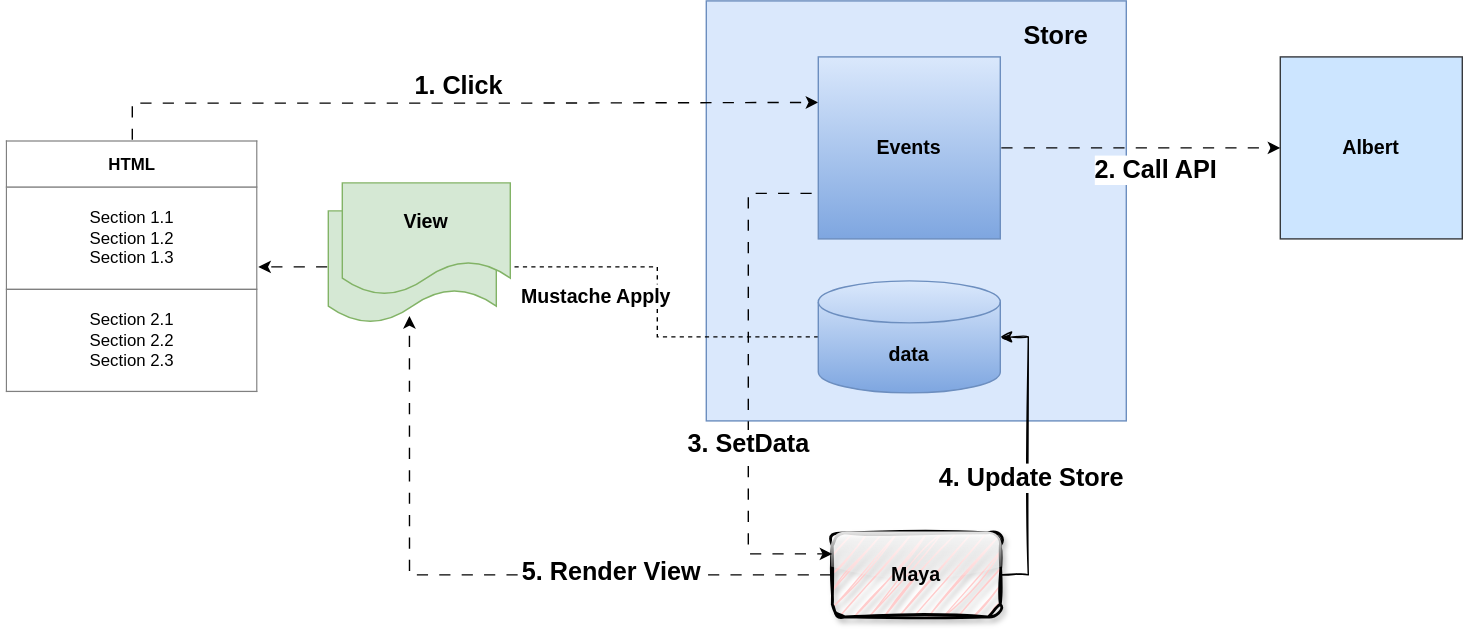
Earlier version of the draw.io export assets/maya.svg (maya-sandbox-kit/mayadoc). Source tidied: cells renumbered, new cells last; positions are measured from the earlier drawing's top-left corner, leaving out a move shared by most shapes.
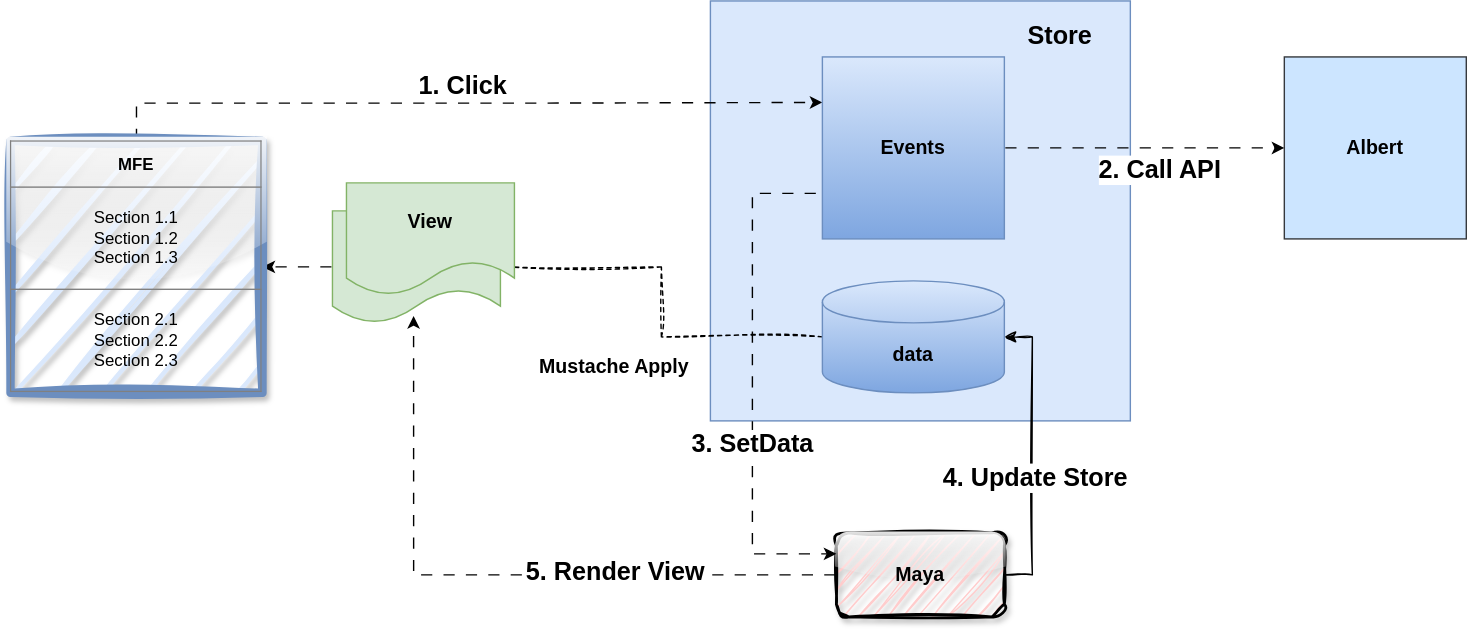
Later version of the same file.

The edit, as a diff of the source:
```diff
@@ -11,12 +11,12 @@
     <mxCell id="4" style="whiteSpace=wrap;html=1;fillColor=#dae8fc;strokeColor=#6c8ebf;" parent="1" vertex="1">
       <mxGeometry x="500" width="300" height="300" as="geometry" />
     </mxCell>
-    <mxCell id="5" style="edgeStyle=orthogonalEdgeStyle;rounded=0;jettySize=auto;html=1;exitX=0;exitY=0.5;exitDx=0;exitDy=0;exitPerimeter=0;dashed=1;" parent="1" edge="1" source="7" target="3">
+    <mxCell id="5" style="edgeStyle=orthogonalEdgeStyle;rounded=0;jettySize=auto;html=1;exitX=0;exitY=0.5;exitDx=0;exitDy=0;exitPerimeter=0;dashed=1;sketch=1;curveFitting=1;jiggle=2;" parent="1" edge="1" source="7" target="3">
       <mxGeometry relative="1" as="geometry" />
     </mxCell>
     <mxCell id="6" value="&lt;b&gt;&lt;font style=&quot;font-size: 14px;&quot;&gt;Mustache Apply&lt;/font&gt;&lt;/b&gt;" style="edgeLabel;html=1;align=center;verticalAlign=middle;" parent="5" vertex="1">
       <mxGeometry x="0.33" y="-1" relative="1" as="geometry">
-        <mxPoint x="-24" y="21" as="offset" />
+        <mxPoint x="-14" y="71" as="offset" />
       </mxGeometry>
     </mxCell>
     <mxCell id="7" value="&lt;font style=&quot;font-size: 14px; color: rgb(0, 0, 0);&quot;&gt;&lt;b&gt;data&lt;/b&gt;&lt;/font&gt;" style="shape=cylinder3;whiteSpace=wrap;html=1;boundedLbl=1;backgroundOutline=1;size=15;fillColor=#dae8fc;strokeColor=#6c8ebf;gradientColor=#7ea6e0;" parent="1" vertex="1">
@@ -55,7 +55,7 @@
         <mxPoint y="-14" as="offset" />
       </mxGeometry>
     </mxCell>
-    <mxCell id="16" value="&lt;table border=&quot;1&quot; width=&quot;100%&quot; height=&quot;100%&quot; cellpadding=&quot;4&quot; style=&quot;width:100%;height:100%;border-collapse:collapse;&quot;&gt;&lt;tbody&gt;&lt;tr&gt;&lt;th align=&quot;center&quot;&gt;&lt;b&gt;HTML&lt;/b&gt;&lt;/th&gt;&lt;/tr&gt;&lt;tr&gt;&lt;td align=&quot;center&quot;&gt;Section 1.1&lt;br&gt;Section 1.2&lt;br&gt;Section 1.3&lt;/td&gt;&lt;/tr&gt;&lt;tr&gt;&lt;td align=&quot;center&quot;&gt;Section 2.1&lt;br&gt;Section 2.2&lt;br&gt;Section 2.3&lt;/td&gt;&lt;/tr&gt;&lt;/tbody&gt;&lt;/table&gt;" style="text;html=1;whiteSpace=wrap;overflow=fill;sketch=1;curveFitting=1;jiggle=2;shadow=1;glass=1;rounded=0;strokeWidth=6;" parent="1" vertex="1">
+    <mxCell id="16" value="&lt;table border=&quot;1&quot; width=&quot;100%&quot; height=&quot;100%&quot; cellpadding=&quot;4&quot; style=&quot;width:100%;height:100%;border-collapse:collapse;&quot;&gt;&lt;tbody&gt;&lt;tr&gt;&lt;th align=&quot;center&quot;&gt;&lt;b&gt;MFE&lt;/b&gt;&lt;/th&gt;&lt;/tr&gt;&lt;tr&gt;&lt;td align=&quot;center&quot;&gt;Section 1.1&lt;br&gt;Section 1.2&lt;br&gt;Section 1.3&lt;/td&gt;&lt;/tr&gt;&lt;tr&gt;&lt;td align=&quot;center&quot;&gt;Section 2.1&lt;br&gt;Section 2.2&lt;br&gt;Section 2.3&lt;/td&gt;&lt;/tr&gt;&lt;/tbody&gt;&lt;/table&gt;" style="text;html=1;whiteSpace=wrap;overflow=fill;sketch=1;curveFitting=1;jiggle=2;shadow=1;glass=1;rounded=0;strokeWidth=6;fillColor=#dae8fc;strokeColor=#6c8ebf;" parent="1" vertex="1">
       <mxGeometry y="100" width="180" height="180" as="geometry" />
     </mxCell>
     <mxCell id="17" style="edgeStyle=orthogonalEdgeStyle;rounded=0;jettySize=auto;html=1;entryX=0;entryY=0.5;entryDx=0;entryDy=0;flowAnimation=1;" parent="1" edge="1" source="21" target="8">
```
